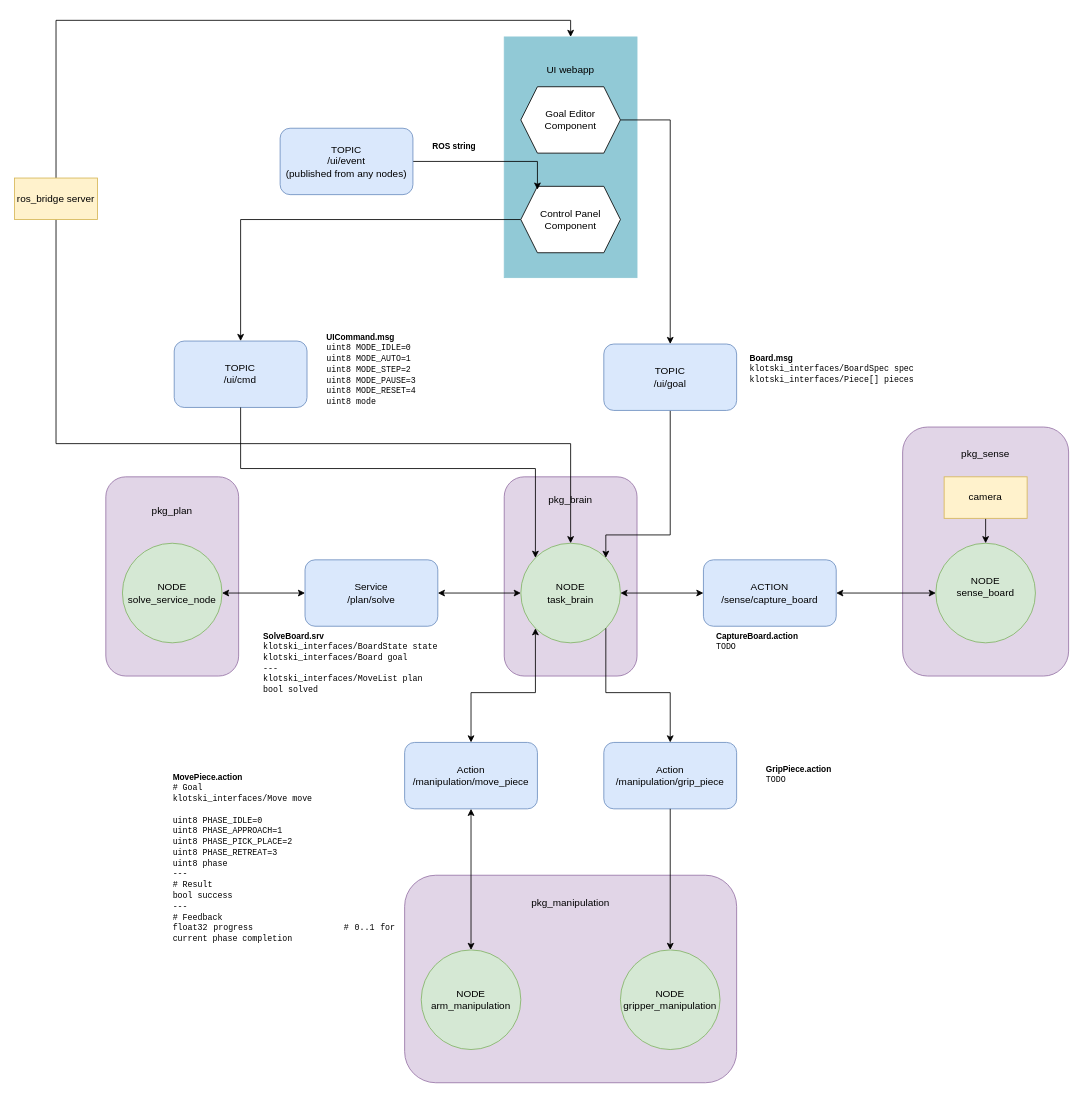
Before: system_architecture.drawio in alanchoi00/mtrn4231-klotski-solver, a draw.io diagram. Source tidied: cells renumbered, new cells numbered last; positions are measured from the earlier drawing's top-left corner, leaving out a move shared by most shapes. Both pictures are drawn from the tidied source at 83%, with x=0, y=0 at pixel (14, 20).
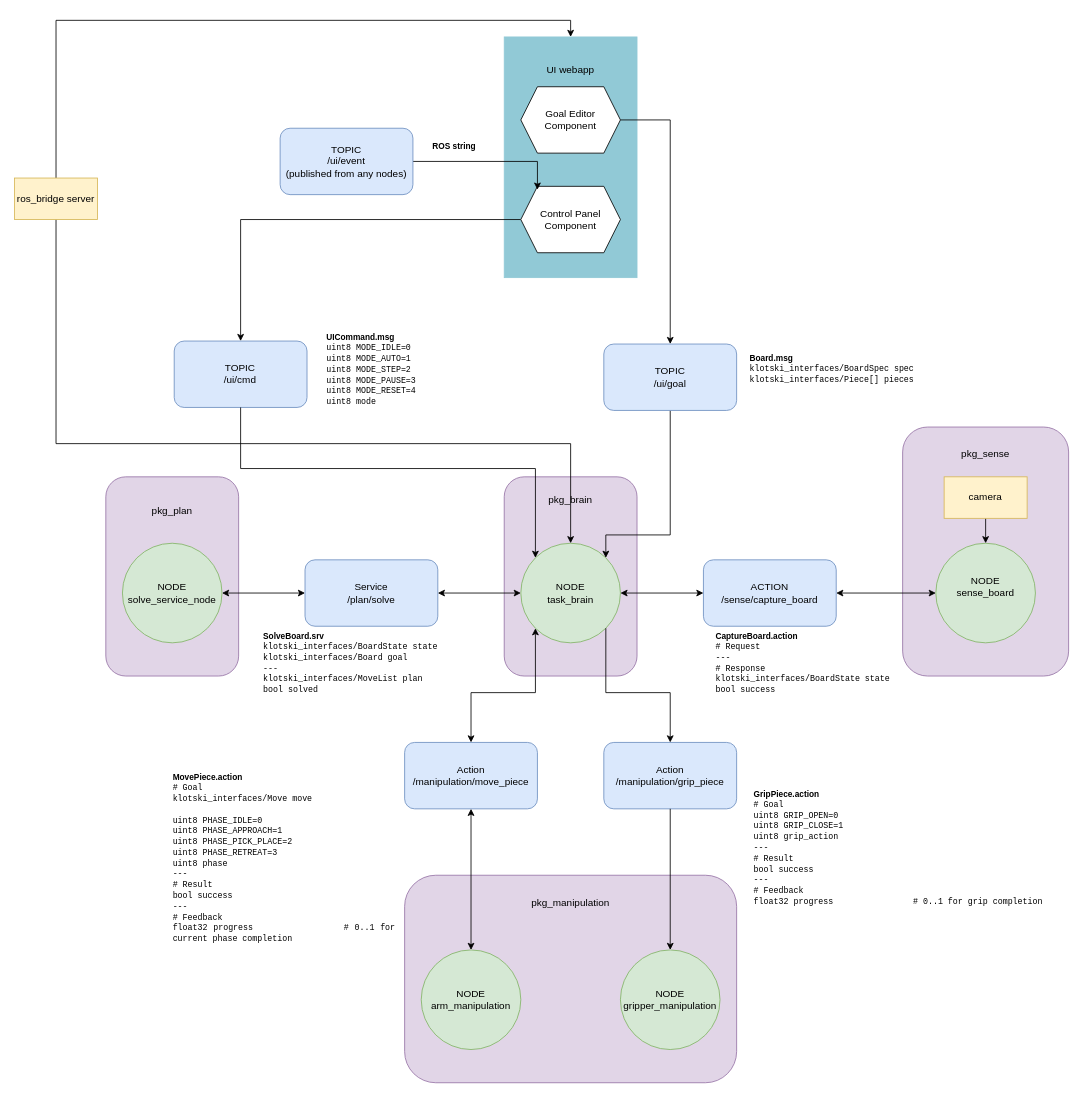
Above is the later version.

The edit, as a diff of the source:
```diff
@@
-    <mxCell id="43" value="&lt;span style=&quot;&quot; id=&quot;docs-internal-guid-a7e7bdfd-7fff-0071-b11b-e71a2c5c8676&quot;&gt;&lt;p dir=&quot;ltr&quot; style=&quot;font-family: Arial, sans-serif; white-space-collapse: preserve; text-align: justify; font-weight: bold; line-height: 1.2; margin-top: 0pt; margin-bottom: 0pt;&quot;&gt;CaptureBoard.action&lt;/p&gt;&lt;p dir=&quot;ltr&quot; style=&quot;text-align: justify; line-height: 1.2; margin-top: 0pt; margin-bottom: 0pt;&quot;&gt;&lt;font face=&quot;Courier New&quot;&gt;&lt;span style=&quot;white-space-collapse: preserve;&quot;&gt;TODO&lt;/span&gt;&lt;/font&gt;&lt;/p&gt;&lt;/span&gt;" style="text;whiteSpace=wrap;html=1;align=center;fontSize=10;" parent="1" vertex="1">
-      <mxGeometry x="760" y="730" width="270" height="40" as="geometry" />
+    <mxCell id="43" value="&lt;span style=&quot;&quot; id=&quot;docs-internal-guid-a7e7bdfd-7fff-0071-b11b-e71a2c5c8676&quot;&gt;&lt;p dir=&quot;ltr&quot; style=&quot;font-family: Arial, sans-serif; white-space-collapse: preserve; text-align: justify; font-weight: bold; line-height: 1.2; margin-top: 0pt; margin-bottom: 0pt;&quot;&gt;CaptureBoard.action&lt;/p&gt;&lt;p dir=&quot;ltr&quot; style=&quot;text-align: justify; line-height: 1.2; margin-top: 0pt; margin-bottom: 0pt;&quot;&gt;&lt;font face=&quot;Courier New&quot;&gt;&lt;span style=&quot;white-space-collapse: preserve;&quot;&gt;# Request&lt;/span&gt;&lt;/font&gt;&lt;/p&gt;&lt;p dir=&quot;ltr&quot; style=&quot;text-align: justify; line-height: 1.2; margin-top: 0pt; margin-bottom: 0pt;&quot;&gt;&lt;font face=&quot;Courier New&quot;&gt;&lt;span style=&quot;white-space-collapse: preserve;&quot;&gt;---&lt;/span&gt;&lt;/font&gt;&lt;/p&gt;&lt;p dir=&quot;ltr&quot; style=&quot;text-align: justify; line-height: 1.2; margin-top: 0pt; margin-bottom: 0pt;&quot;&gt;&lt;font face=&quot;Courier New&quot;&gt;&lt;span style=&quot;white-space-collapse: preserve;&quot;&gt;# Response&lt;/span&gt;&lt;/font&gt;&lt;/p&gt;&lt;p dir=&quot;ltr&quot; style=&quot;text-align: justify; line-height: 1.2; margin-top: 0pt; margin-bottom: 0pt;&quot;&gt;&lt;font face=&quot;Courier New&quot;&gt;&lt;span style=&quot;white-space-collapse: preserve;&quot;&gt;klotski_interfaces/BoardState state&lt;/span&gt;&lt;/font&gt;&lt;/p&gt;&lt;p dir=&quot;ltr&quot; style=&quot;text-align: justify; line-height: 1.2; margin-top: 0pt; margin-bottom: 0pt;&quot;&gt;&lt;font face=&quot;Courier New&quot;&gt;&lt;span style=&quot;white-space-collapse: preserve;&quot;&gt;bool success&lt;/span&gt;&lt;/font&gt;&lt;/p&gt;&lt;/span&gt;" style="text;whiteSpace=wrap;html=1;align=center;fontSize=10;" parent="1" vertex="1">
+      <mxGeometry x="800" y="730" width="300" height="90" as="geometry" />
     </mxCell>
-    <mxCell id="44" value="&lt;span style=&quot;&quot; id=&quot;docs-internal-guid-a7e7bdfd-7fff-0071-b11b-e71a2c5c8676&quot;&gt;&lt;p dir=&quot;ltr&quot; style=&quot;font-family: Arial, sans-serif; white-space-collapse: preserve; text-align: justify; font-weight: bold; line-height: 1.2; margin-top: 0pt; margin-bottom: 0pt;&quot;&gt;GripPiece.action&lt;/p&gt;&lt;p dir=&quot;ltr&quot; style=&quot;text-align: justify; line-height: 1.2; margin-top: 0pt; margin-bottom: 0pt;&quot;&gt;&lt;font face=&quot;Courier New&quot;&gt;&lt;span style=&quot;white-space-collapse: preserve;&quot;&gt;TODO&lt;/span&gt;&lt;/font&gt;&lt;/p&gt;&lt;/span&gt;" style="text;whiteSpace=wrap;html=1;align=center;fontSize=10;" parent="1" vertex="1">
-      <mxGeometry x="810" y="890" width="270" height="40" as="geometry" />
+    <mxCell id="44" value="&lt;span style=&quot;&quot; id=&quot;docs-internal-guid-a7e7bdfd-7fff-0071-b11b-e71a2c5c8676&quot;&gt;&lt;p dir=&quot;ltr&quot; style=&quot;font-family: Arial, sans-serif; white-space-collapse: preserve; text-align: justify; font-weight: bold; line-height: 1.2; margin-top: 0pt; margin-bottom: 0pt;&quot;&gt;GripPiece.action&lt;/p&gt;&lt;p dir=&quot;ltr&quot; style=&quot;text-align: justify; line-height: 1.2; margin-top: 0pt; margin-bottom: 0pt;&quot;&gt;&lt;font face=&quot;Courier New&quot;&gt;&lt;span style=&quot;white-space-collapse: preserve;&quot;&gt;# Goal&lt;/span&gt;&lt;/font&gt;&lt;/p&gt;&lt;p dir=&quot;ltr&quot; style=&quot;text-align: justify; line-height: 1.2; margin-top: 0pt; margin-bottom: 0pt;&quot;&gt;&lt;font face=&quot;Courier New&quot;&gt;&lt;span style=&quot;white-space-collapse: preserve;&quot;&gt;uint8 GRIP_OPEN=0&lt;/span&gt;&lt;/font&gt;&lt;/p&gt;&lt;p dir=&quot;ltr&quot; style=&quot;text-align: justify; line-height: 1.2; margin-top: 0pt; margin-bottom: 0pt;&quot;&gt;&lt;font face=&quot;Courier New&quot;&gt;&lt;span style=&quot;white-space-collapse: preserve;&quot;&gt;uint8 GRIP_CLOSE=1&lt;/span&gt;&lt;/font&gt;&lt;/p&gt;&lt;p dir=&quot;ltr&quot; style=&quot;text-align: justify; line-height: 1.2; margin-top: 0pt; margin-bottom: 0pt;&quot;&gt;&lt;font face=&quot;Courier New&quot;&gt;&lt;span style=&quot;white-space-collapse: preserve;&quot;&gt;uint8 grip_action&lt;/span&gt;&lt;/font&gt;&lt;/p&gt;&lt;p dir=&quot;ltr&quot; style=&quot;text-align: justify; line-height: 1.2; margin-top: 0pt; margin-bottom: 0pt;&quot;&gt;&lt;font face=&quot;Courier New&quot;&gt;&lt;span style=&quot;white-space-collapse: preserve;&quot;&gt;---&lt;/span&gt;&lt;/font&gt;&lt;/p&gt;&lt;p dir=&quot;ltr&quot; style=&quot;text-align: justify; line-height: 1.2; margin-top: 0pt; margin-bottom: 0pt;&quot;&gt;&lt;font face=&quot;Courier New&quot;&gt;&lt;span style=&quot;white-space-collapse: preserve;&quot;&gt;# Result&lt;/span&gt;&lt;/font&gt;&lt;/p&gt;&lt;p dir=&quot;ltr&quot; style=&quot;text-align: justify; line-height: 1.2; margin-top: 0pt; margin-bottom: 0pt;&quot;&gt;&lt;font face=&quot;Courier New&quot;&gt;&lt;span style=&quot;white-space-collapse: preserve;&quot;&gt;bool success&lt;/span&gt;&lt;/font&gt;&lt;/p&gt;&lt;p dir=&quot;ltr&quot; style=&quot;text-align: justify; line-height: 1.2; margin-top: 0pt; margin-bottom: 0pt;&quot;&gt;&lt;font face=&quot;Courier New&quot;&gt;&lt;span style=&quot;white-space-collapse: preserve;&quot;&gt;---&lt;/span&gt;&lt;/font&gt;&lt;/p&gt;&lt;p dir=&quot;ltr&quot; style=&quot;text-align: justify; line-height: 1.2; margin-top: 0pt; margin-bottom: 0pt;&quot;&gt;&lt;font face=&quot;Courier New&quot;&gt;&lt;span style=&quot;white-space-collapse: preserve;&quot;&gt;# Feedback&lt;/span&gt;&lt;/font&gt;&lt;/p&gt;&lt;p dir=&quot;ltr&quot; style=&quot;text-align: justify; line-height: 1.2; margin-top: 0pt; margin-bottom: 0pt;&quot;&gt;&lt;font face=&quot;Courier New&quot;&gt;&lt;span style=&quot;white-space-collapse: preserve;&quot;&gt;float32 progress&amp;nbsp; &amp;nbsp; &amp;nbsp; &amp;nbsp; &amp;nbsp; &amp;nbsp; &amp;nbsp; &amp;nbsp; # 0..1 for grip completion&lt;/span&gt;&lt;/font&gt;&lt;/p&gt;&lt;div style=&quot;text-align: justify;&quot;&gt;&lt;br&gt;&lt;/div&gt;&lt;/span&gt;" style="text;whiteSpace=wrap;html=1;align=center;fontSize=10;" parent="1" vertex="1">
+      <mxGeometry x="870" y="920" width="390" height="160" as="geometry" />
     </mxCell>
```
